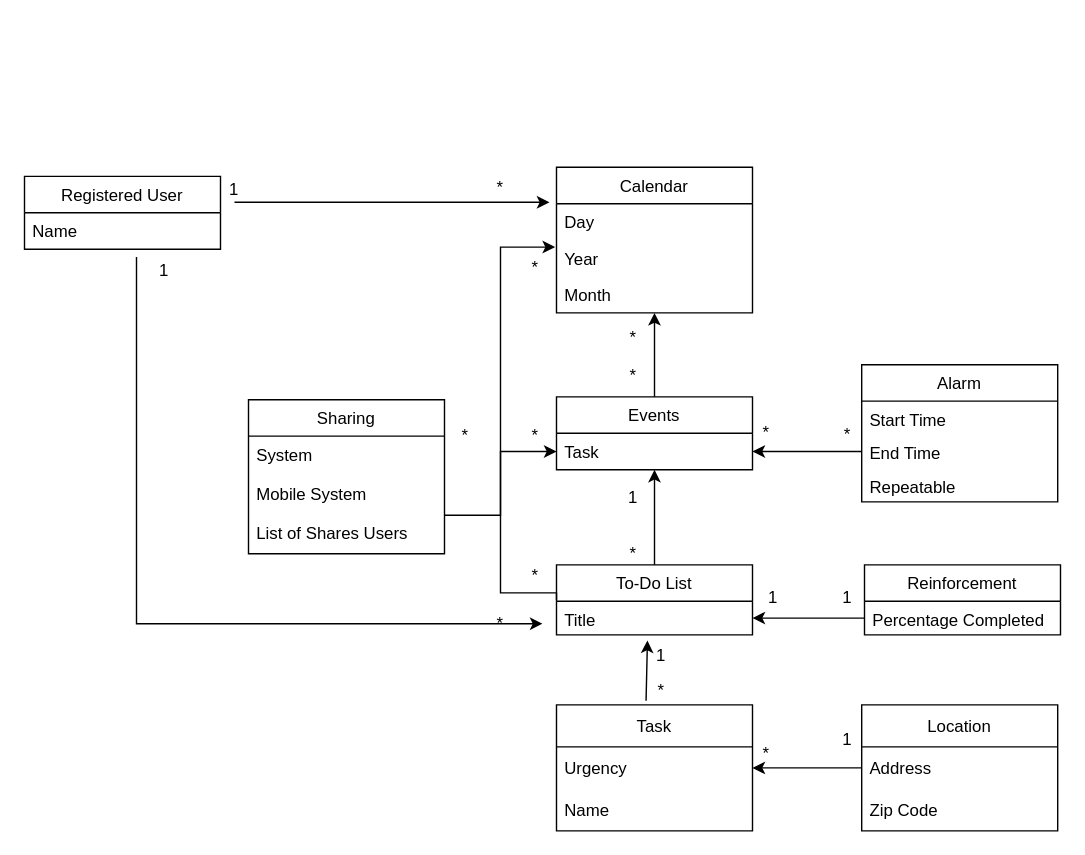
This is Deliverables/Deliverable_Images/D3_diagram.drawio from Carhn/PlanItOut, a draw.io file, before an edit. Source tidied: cells renumbered, new cells numbered last; positions are measured from the earlier drawing's top-left corner, leaving out a move shared by most shapes. Both pictures are drawn from the tidied source at 140%, with x=0, y=0 at pixel (24, 167).
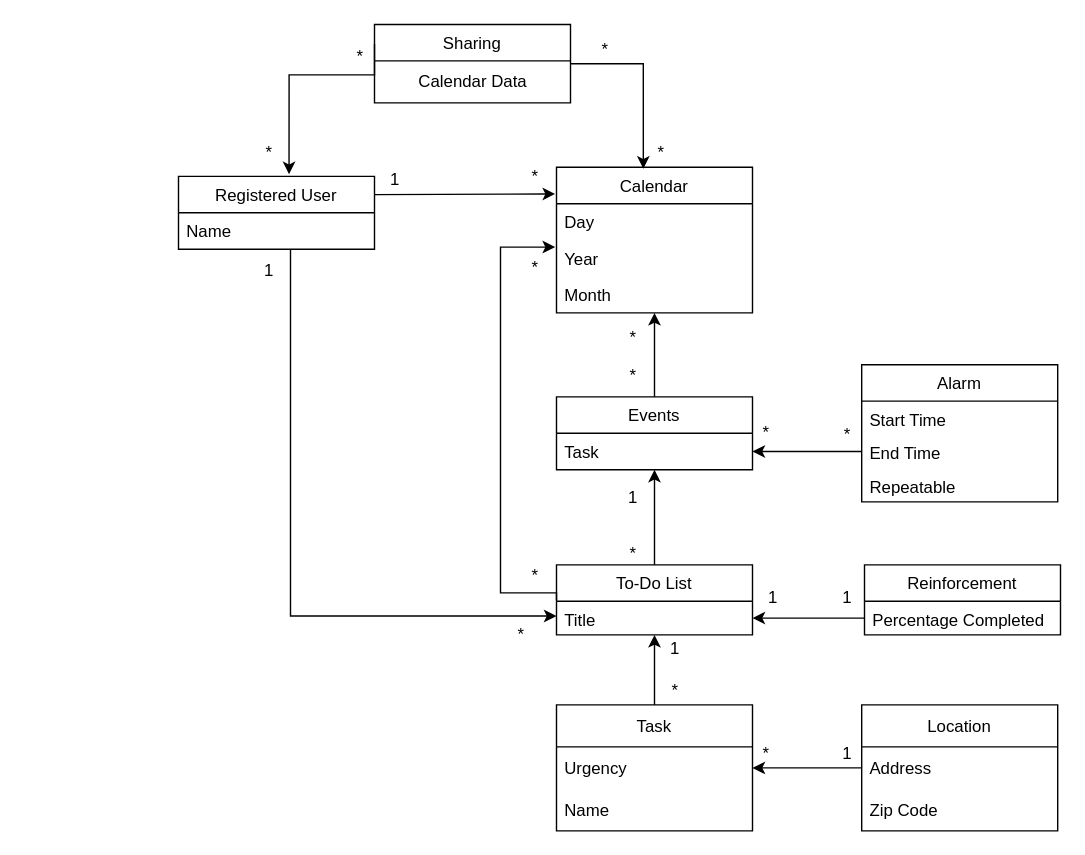
After the change.

Commit message:
Added requested changes to sharing class

The change refers to these unchanged cells:
```xml
<mxCell id="2" value="Calendar" style="swimlane;fontStyle=0;horizontal=1;startSize=26;fillColor=none;" parent="1" vertex="1">
  <mxGeometry x="380" width="140" height="104" as="geometry" />
</mxCell>
<mxCell id="3" value="Day" style="text;strokeColor=none;fillColor=none;align=left;verticalAlign=top;spacingLeft=4;spacingRight=4;overflow=hidden;points=[[0,0.5],[1,0.5]];portConstraint=eastwest;" parent="2" vertex="1">
  <mxGeometry y="26" width="140" height="26" as="geometry" />
</mxCell>
<mxCell id="8" value="Task" style="text;strokeColor=none;fillColor=none;align=left;verticalAlign=top;spacingLeft=4;spacingRight=4;overflow=hidden;points=[[0,0.5],[1,0.5]];portConstraint=eastwest;" parent="7" vertex="1">
  <mxGeometry y="26" width="140" height="26" as="geometry" />
</mxCell>
<mxCell id="20" value="To-Do List" style="swimlane;fontStyle=0;horizontal=1;startSize=26;fillColor=none;" parent="1" vertex="1">
  <mxGeometry x="380" y="284" width="140" height="50" as="geometry" />
</mxCell>
<mxCell id="21" value="Title" style="text;strokeColor=none;fillColor=none;align=left;verticalAlign=top;spacingLeft=4;spacingRight=4;overflow=hidden;points=[[0,0.5],[1,0.5]];portConstraint=eastwest;" parent="20" vertex="1">
  <mxGeometry y="26" width="140" height="24" as="geometry" />
</mxCell>
<mxCell id="36" value="Task" style="swimlane;fontStyle=0;horizontal=1;startSize=30;" parent="1" vertex="1">
  <mxGeometry x="380" y="384" width="140" height="90" as="geometry" />
</mxCell>
```

What changed in the source:
```diff
@@
-    <mxCell id="31" style="edgeStyle=orthogonalEdgeStyle;rounded=0;jettySize=auto;html=1;exitX=1;exitY=0.75;exitDx=0;exitDy=0;entryX=0;entryY=0.5;entryDx=0;entryDy=0;" parent="1" edge="1" source="32" target="8">
-      <mxGeometry relative="1" as="geometry" />
-    </mxCell>
+    <mxCell id="56" style="edgeStyle=orthogonalEdgeStyle;rounded=0;jettySize=auto;html=1;exitX=0;exitY=0.25;exitDx=0;exitDy=0;entryX=0.564;entryY=-0.029;entryDx=0;entryDy=0;entryPerimeter=0;" parent="1" edge="1" source="32" target="48">
+      <mxGeometry relative="1" as="geometry">
+        <Array as="points">
+          <mxPoint x="250" y="-66" />
+          <mxPoint x="189" y="-66" />
+        </Array>
+      </mxGeometry>
+    </mxCell>
+    <mxCell id="57" style="edgeStyle=orthogonalEdgeStyle;rounded=0;jettySize=auto;html=1;exitX=1;exitY=0.5;exitDx=0;exitDy=0;entryX=0.443;entryY=0.01;entryDx=0;entryDy=0;entryPerimeter=0;" parent="1" edge="1" source="32" target="2">
+      <mxGeometry relative="1" as="geometry" />
+    </mxCell>
     <mxCell id="32" value="Sharing" style="swimlane;fontStyle=0;horizontal=1;startSize=26;fillColor=none;" parent="1" vertex="1">
-      <mxGeometry x="160" y="166" width="140" height="110" as="geometry" />
+      <mxGeometry x="250" y="-102" width="140" height="56" as="geometry" />
     </mxCell>
-    <mxCell id="33" value="System&#10;&#10;Mobile System&#10;&#10;List of Shares Users" style="text;strokeColor=none;fillColor=none;align=left;verticalAlign=top;spacingLeft=4;spacingRight=4;overflow=hidden;" parent="32" vertex="1">
-      <mxGeometry y="26" width="140" height="84" as="geometry" />
-    </mxCell>
+    <mxCell id="58" value="Calendar Data" style="text;html=1;align=center;verticalAlign=middle;strokeColor=none;fillColor=none;" parent="32" vertex="1">
+      <mxGeometry y="26" width="140" height="30" as="geometry" />
+    </mxCell>
     <mxCell id="34" value="*" style="text;html=1;strokeColor=none;fillColor=none;align=center;verticalAlign=middle;whiteSpace=wrap;rounded=0;" parent="1" vertex="1">
-      <mxGeometry x="310" y="184" width="10" height="16" as="geometry" />
+      <mxGeometry x="450" y="-18" width="10" height="16" as="geometry" />
     </mxCell>
     <mxCell id="35" value="*" style="text;html=1;strokeColor=none;fillColor=none;align=center;verticalAlign=middle;whiteSpace=wrap;rounded=0;" parent="1" vertex="1">
-      <mxGeometry x="360" y="187" width="10" height="10" as="geometry" />
+      <mxGeometry x="410" y="-89" width="10" height="10" as="geometry" />
     </mxCell>
+    <mxCell id="59" style="edgeStyle=none;rounded=0;jettySize=auto;html=1;exitX=0.5;exitY=0;exitDx=0;exitDy=0;entryX=0.5;entryY=1;entryDx=0;entryDy=0;" parent="1" edge="1" source="36" target="20">
+      <mxGeometry relative="1" as="geometry" />
+    </mxCell>
@@
-    <mxCell id="39" style="endArrow=classic;html=1;rounded=0;entryX=0.464;entryY=1.167;entryDx=0;entryDy=0;entryPerimeter=0;exitX=0.457;exitY=-0.033;exitDx=0;exitDy=0;exitPerimeter=0;" parent="1" edge="1" source="36" target="21">
-      <mxGeometry relative="1" as="geometry" />
-    </mxCell>
@@
     <mxCell id="44" value="1" style="text;html=1;strokeColor=none;fillColor=none;align=center;verticalAlign=middle;whiteSpace=wrap;rounded=0;" parent="1" vertex="1">
-      <mxGeometry x="583" y="394" width="10" height="30" as="geometry" />
+      <mxGeometry x="583" y="404" width="10" height="30" as="geometry" />
     </mxCell>
@@
     <mxCell id="46" value="1" style="text;html=1;strokeColor=none;fillColor=none;align=center;verticalAlign=middle;whiteSpace=wrap;rounded=0;" parent="1" vertex="1">
-      <mxGeometry x="450" y="334" width="10" height="30" as="geometry" />
+      <mxGeometry x="460" y="328.5" width="10" height="30" as="geometry" />
     </mxCell>
     <mxCell id="47" value="*" style="text;html=1;strokeColor=none;fillColor=none;align=center;verticalAlign=middle;whiteSpace=wrap;rounded=0;" parent="1" vertex="1">
-      <mxGeometry x="450" y="358.5" width="10" height="30" as="geometry" />
+      <mxGeometry x="460" y="358.5" width="10" height="30" as="geometry" />
     </mxCell>
+    <mxCell id="60" style="rounded=0;jettySize=auto;html=1;exitX=1;exitY=0.25;exitDx=0;exitDy=0;entryX=-0.007;entryY=0.183;entryDx=0;entryDy=0;entryPerimeter=0;" parent="1" edge="1" source="48" target="2">
+      <mxGeometry relative="1" as="geometry" />
+    </mxCell>
     <mxCell id="48" value="Registered User" style="swimlane;fontStyle=0;horizontal=1;startSize=26;fillColor=none;" parent="1" vertex="1">
-      <mxGeometry y="6.5" width="140" height="52" as="geometry" />
+      <mxGeometry x="110" y="6.5" width="140" height="52" as="geometry" />
     </mxCell>
@@
-    <mxCell id="50" style="endArrow=classic;html=1;rounded=0;entryX=-0.036;entryY=-0.038;entryDx=0;entryDy=0;entryPerimeter=0;" parent="1" edge="1" target="3">
-      <mxGeometry relative="1" as="geometry">
-        <mxPoint x="150" y="25" as="sourcePoint" />
-      </mxGeometry>
-    </mxCell>
     <mxCell id="51" value="*" style="text;html=1;strokeColor=none;fillColor=none;align=center;verticalAlign=middle;whiteSpace=wrap;rounded=0;" parent="1" vertex="1">
-      <mxGeometry x="310" y="6.5" width="60" height="17" as="geometry" />
+      <mxGeometry x="345" y="-2" width="40" height="17" as="geometry" />
     </mxCell>
     <mxCell id="52" value="1" style="text;html=1;strokeColor=none;fillColor=none;align=center;verticalAlign=middle;whiteSpace=wrap;rounded=0;" parent="1" vertex="1">
-      <mxGeometry x="120" y="7" width="60" height="17" as="geometry" />
+      <mxGeometry x="250" width="30" height="17" as="geometry" />
     </mxCell>
-    <mxCell id="53" style="endArrow=classic;html=1;rounded=0;entryX=1;entryY=0.5;entryDx=0;entryDy=0;" parent="1" edge="1" target="54">
+    <mxCell id="53" style="endArrow=classic;html=1;rounded=0;entryX=1;entryY=0.5;entryDx=0;entryDy=0;" parent="1" edge="1">
       <mxGeometry relative="1" as="geometry">
-        <mxPoint x="80" y="316" as="sourcePoint" />
+        <mxPoint x="190" y="310.5" as="sourcePoint" />
+        <mxPoint x="380" y="320.5" as="targetPoint" />
         <Array as="points">
-          <mxPoint x="80" y="64" />
-          <mxPoint x="80" y="326" />
+          <mxPoint x="190" y="58.5" />
+          <mxPoint x="190" y="320.5" />
         </Array>
       </mxGeometry>
     </mxCell>
-    <mxCell id="54" value="*" style="text;html=1;strokeColor=none;fillColor=none;align=center;verticalAlign=middle;whiteSpace=wrap;rounded=0;" parent="1" vertex="1">
-      <mxGeometry x="310" y="316" width="60" height="20" as="geometry" />
-    </mxCell>
-    <mxCell id="55" value="1" style="text;html=1;strokeColor=none;fillColor=none;align=center;verticalAlign=middle;whiteSpace=wrap;rounded=0;" parent="1" vertex="1">
-      <mxGeometry x="70" y="64" width="60" height="20" as="geometry" />
+    <mxCell id="55" value="*" style="text;html=1;strokeColor=none;fillColor=none;align=center;verticalAlign=middle;whiteSpace=wrap;rounded=0;" parent="1" vertex="1">
+      <mxGeometry x="210" y="-89" width="60" height="20" as="geometry" />
     </mxCell>
+    <mxCell id="61" value="1" style="text;html=1;strokeColor=none;fillColor=none;align=center;verticalAlign=middle;whiteSpace=wrap;rounded=0;" parent="1" vertex="1">
+      <mxGeometry x="170" y="64" width="10" height="20" as="geometry" />
+    </mxCell>
+    <mxCell id="62" value="*" style="text;html=1;strokeColor=none;fillColor=none;align=center;verticalAlign=middle;whiteSpace=wrap;rounded=0;" parent="1" vertex="1">
+      <mxGeometry x="145" y="-20" width="60" height="20" as="geometry" />
+    </mxCell>
+    <mxCell id="63" value="*" style="text;html=1;strokeColor=none;fillColor=none;align=center;verticalAlign=middle;whiteSpace=wrap;rounded=0;" parent="1" vertex="1">
+      <mxGeometry x="350" y="324" width="10" height="20" as="geometry" />
+    </mxCell>
```
